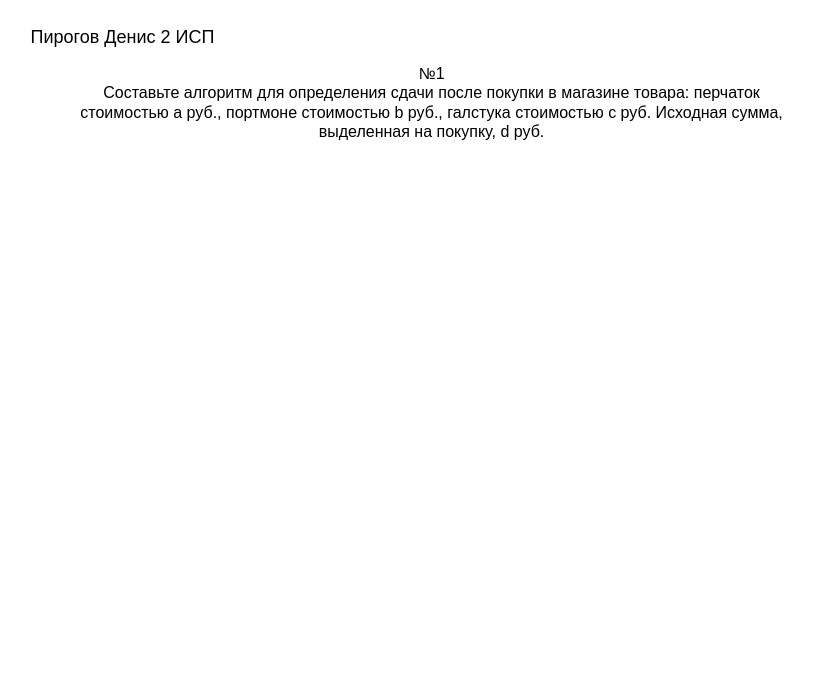
Above: page "вариант 2 задание 5" (6 of 7) of pr2 and pr3/pr2.drawio in DeFis33/pr (draw.io), before the change. Source tidied: cells renumbered, new cells numbered last; positions are measured from the earlier drawing's top-left corner, leaving out a move shared by most shapes. Both pictures are drawn from the tidied source at 100%, with x=0, y=0 at pixel (17, 17).
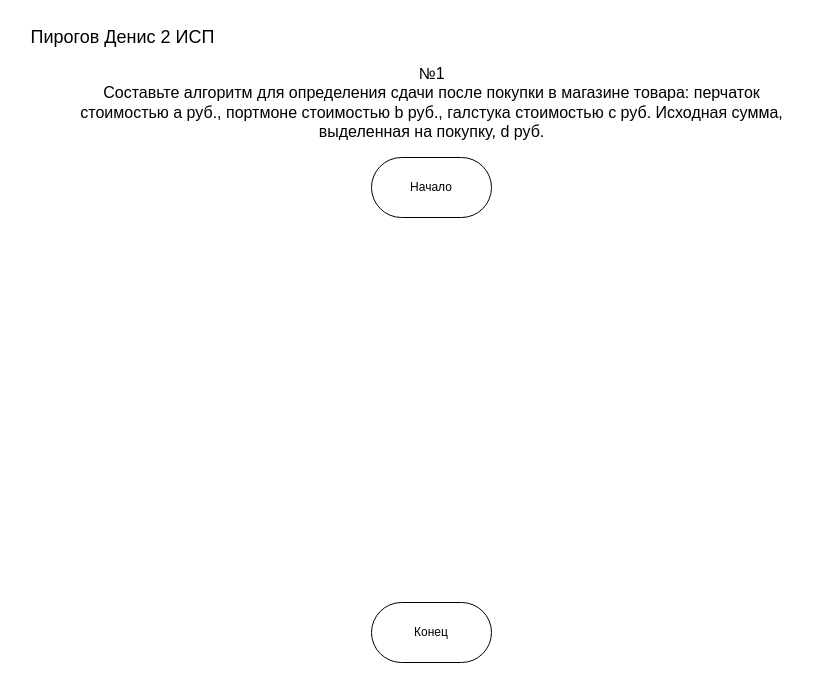
After the change.

Diff of the diagram source:
```diff
@@
 <mxGraphModel>
   <root>
     <mxCell id="0" />
     <mxCell id="1" parent="0" />
     <mxCell id="2" value="&lt;font style=&quot;font-size: 18px;&quot;&gt;Пирогов Денис 2 ИСП&lt;/font&gt;" style="text;html=1;align=center;verticalAlign=middle;" parent="1" vertex="1">
       <mxGeometry width="210" height="40" as="geometry" />
     </mxCell>
     <mxCell id="3" value="&lt;font style=&quot;font-size: 16px;&quot;&gt;№1&lt;/font&gt;&lt;div style=&quot;font-size: 16px;&quot;&gt;&lt;font style=&quot;font-size: 16px;&quot;&gt;Составьте алгоритм для определения сдачи после покупки в магазине товара: перчаток&lt;/font&gt;&lt;/div&gt;&lt;div style=&quot;font-size: 16px;&quot;&gt;&lt;font style=&quot;font-size: 16px;&quot;&gt;стоимостью а руб., портмоне стоимостью b руб., галстука стоимостью с руб. Исходная сумма,&lt;/font&gt;&lt;/div&gt;&lt;div style=&quot;font-size: 16px;&quot;&gt;&lt;font style=&quot;font-size: 16px;&quot;&gt;выделенная на покупку, d руб.&lt;/font&gt;&lt;/div&gt;" style="text;html=1;align=center;verticalAlign=middle;" parent="1" vertex="1">
       <mxGeometry x="49" y="40" width="730" height="90" as="geometry" />
     </mxCell>
+    <mxCell id="4" value="Начало" style="rounded=1;whiteSpace=wrap;html=1;arcSize=50;" parent="1" vertex="1">
+      <mxGeometry x="354" y="140" width="120" height="60" as="geometry" />
+    </mxCell>
+    <mxCell id="5" value="Конец" style="rounded=1;whiteSpace=wrap;html=1;arcSize=50;" parent="1" vertex="1">
+      <mxGeometry x="354" y="585" width="120" height="60" as="geometry" />
+    </mxCell>
   </root>
 </mxGraphModel>
```
